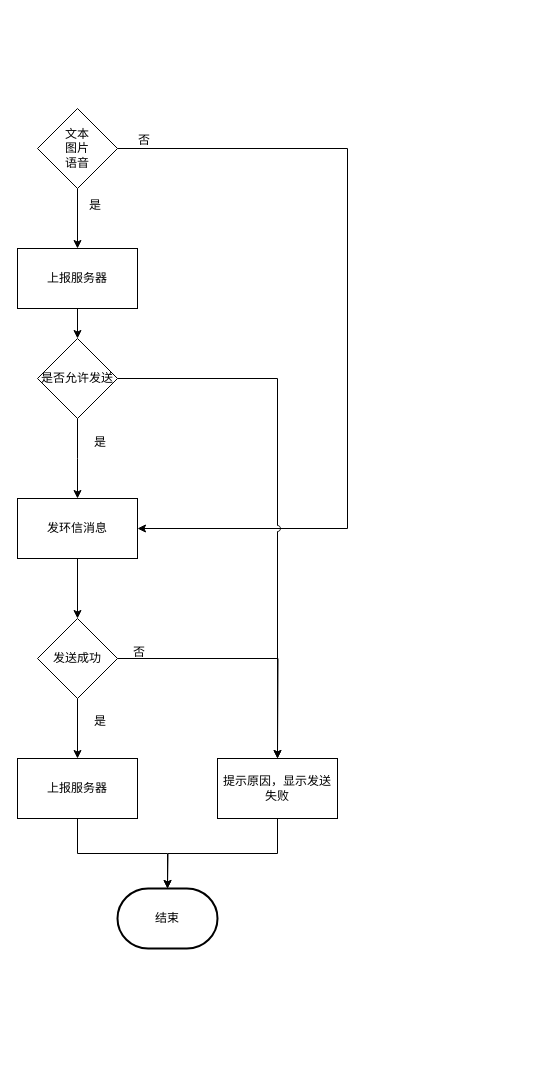
The draw.io diagram 私聊内容安全逻辑.drawio in ZengSir/drawio, before the edit. Source tidied: cells renumbered, new cells numbered last; positions are measured from the earlier drawing's top-left corner, leaving out a move shared by most shapes. Both pictures are drawn from the tidied source at 100%, with x=0, y=0 at pixel (17, 108).
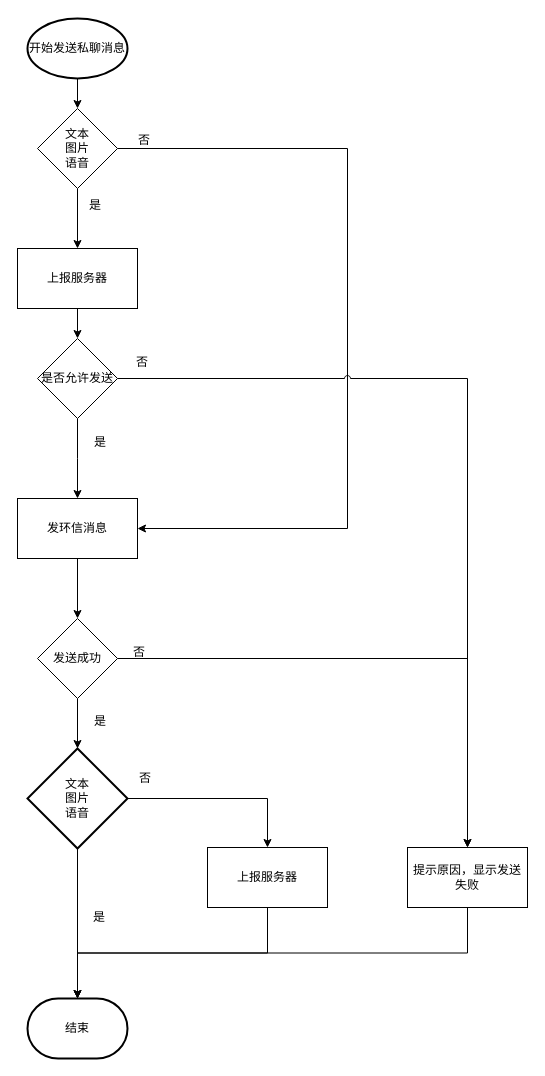
The same page after the edit.

Commit message:
更新私聊内容安全逻辑.drawio

The change refers to these unchanged cells:
```xml
<mxCell id="4" value="文本&lt;br&gt;图片&lt;br&gt;语音" style="rhombus;whiteSpace=wrap;html=1;" parent="1" vertex="1">
  <mxGeometry x="20" width="80" height="80" as="geometry" />
</mxCell>
<mxCell id="19" value="发送成功" style="rhombus;whiteSpace=wrap;html=1;" parent="1" vertex="1">
  <mxGeometry x="20" y="510" width="80" height="80" as="geometry" />
</mxCell>
```

The edit, as a diff of the source:
```diff
@@
-    <mxCell id="12" style="edgeStyle=orthogonalEdgeStyle;rounded=0;jettySize=auto;html=1;exitX=0.5;exitY=1;exitDx=0;exitDy=0;" parent="1" edge="1" source="13">
-      <mxGeometry relative="1" as="geometry">
-        <mxPoint x="150" y="780" as="targetPoint" />
-      </mxGeometry>
-    </mxCell>
+    <mxCell id="25" style="edgeStyle=orthogonalEdgeStyle;rounded=0;jumpStyle=arc;jettySize=auto;html=1;exitX=0.5;exitY=1;exitDx=0;exitDy=0;entryX=0.5;entryY=0;entryDx=0;entryDy=0;entryPerimeter=0;" parent="1" edge="1" source="13" target="24">
+      <mxGeometry relative="1" as="geometry" />
+    </mxCell>
     <mxCell id="13" value="提示原因，显示发送失败" style="rounded=0;whiteSpace=wrap;html=1;" parent="1" vertex="1">
-      <mxGeometry x="200" y="650" width="120" height="60" as="geometry" />
+      <mxGeometry x="390" y="739" width="120" height="60" as="geometry" />
     </mxCell>
@@
-    <mxCell id="17" style="edgeStyle=orthogonalEdgeStyle;rounded=0;jettySize=auto;html=1;exitX=0.5;exitY=1;exitDx=0;exitDy=0;entryX=0.5;entryY=0;entryDx=0;entryDy=0;" parent="1" edge="1" source="19" target="21">
-      <mxGeometry relative="1" as="geometry" />
-    </mxCell>
-    <mxCell id="18" style="edgeStyle=orthogonalEdgeStyle;rounded=0;jettySize=auto;html=1;exitX=1;exitY=0.5;exitDx=0;exitDy=0;" parent="1" edge="1" source="19">
-      <mxGeometry relative="1" as="geometry">
-        <mxPoint x="260" y="650" as="targetPoint" />
-      </mxGeometry>
+    <mxCell id="18" style="edgeStyle=orthogonalEdgeStyle;rounded=0;jettySize=auto;html=1;exitX=1;exitY=0.5;exitDx=0;exitDy=0;entryX=0.5;entryY=0;entryDx=0;entryDy=0;" parent="1" edge="1" source="19" target="13">
+      <mxGeometry relative="1" as="geometry" />
     </mxCell>
+    <mxCell id="26" style="edgeStyle=orthogonalEdgeStyle;rounded=0;jumpStyle=arc;jettySize=auto;html=1;exitX=0.5;exitY=1;exitDx=0;exitDy=0;entryX=0.5;entryY=0;entryDx=0;entryDy=0;entryPerimeter=0;" parent="1" edge="1" source="19" target="31">
+      <mxGeometry relative="1" as="geometry" />
+    </mxCell>
@@
-    <mxCell id="20" style="edgeStyle=orthogonalEdgeStyle;rounded=0;jettySize=auto;html=1;exitX=0.5;exitY=1;exitDx=0;exitDy=0;entryX=0.5;entryY=0;entryDx=0;entryDy=0;entryPerimeter=0;" parent="1" edge="1" source="21" target="24">
+    <mxCell id="20" style="edgeStyle=orthogonalEdgeStyle;rounded=0;jumpStyle=arc;jettySize=auto;html=1;exitX=0.5;exitY=1;exitDx=0;exitDy=0;entryX=0.5;entryY=0;entryDx=0;entryDy=0;entryPerimeter=0;" parent="1" edge="1" source="21" target="24">
       <mxGeometry relative="1" as="geometry" />
     </mxCell>
     <mxCell id="21" value="上报服务器" style="rounded=0;whiteSpace=wrap;html=1;" parent="1" vertex="1">
-      <mxGeometry y="650" width="120" height="60" as="geometry" />
+      <mxGeometry x="190" y="739" width="120" height="60" as="geometry" />
     </mxCell>
@@
     <mxCell id="24" value="结束" style="strokeWidth=2;html=1;shape=mxgraph.flowchart.terminator;whiteSpace=wrap;" parent="1" vertex="1">
-      <mxGeometry x="100" y="780" width="100" height="60" as="geometry" />
+      <mxGeometry x="10" y="890" width="100" height="60" as="geometry" />
     </mxCell>
+    <mxCell id="27" style="edgeStyle=orthogonalEdgeStyle;rounded=0;jumpStyle=arc;jettySize=auto;html=1;exitX=0.5;exitY=1;exitDx=0;exitDy=0;exitPerimeter=0;entryX=0.5;entryY=0;entryDx=0;entryDy=0;" parent="1" edge="1" source="28" target="4">
+      <mxGeometry relative="1" as="geometry" />
+    </mxCell>
+    <mxCell id="28" value="开始发送私聊消息" style="strokeWidth=2;html=1;shape=mxgraph.flowchart.start_1;whiteSpace=wrap;" parent="1" vertex="1">
+      <mxGeometry x="10" y="-90" width="100" height="60" as="geometry" />
+    </mxCell>
+    <mxCell id="29" style="edgeStyle=orthogonalEdgeStyle;rounded=0;jumpStyle=arc;jettySize=auto;html=1;exitX=0.5;exitY=1;exitDx=0;exitDy=0;exitPerimeter=0;entryX=0.5;entryY=0;entryDx=0;entryDy=0;entryPerimeter=0;" parent="1" edge="1" source="31" target="24">
+      <mxGeometry relative="1" as="geometry" />
+    </mxCell>
+    <mxCell id="30" style="edgeStyle=orthogonalEdgeStyle;rounded=0;jumpStyle=arc;jettySize=auto;html=1;exitX=1;exitY=0.5;exitDx=0;exitDy=0;exitPerimeter=0;entryX=0.5;entryY=0;entryDx=0;entryDy=0;" parent="1" edge="1" source="31" target="21">
+      <mxGeometry relative="1" as="geometry" />
+    </mxCell>
+    <mxCell id="31" value="文本&lt;br&gt;图片&lt;br&gt;语音" style="strokeWidth=2;html=1;shape=mxgraph.flowchart.decision;whiteSpace=wrap;" parent="1" vertex="1">
+      <mxGeometry x="10" y="640" width="100" height="100" as="geometry" />
+    </mxCell>
+    <mxCell id="32" value="是" style="text;html=1;align=left;verticalAlign=top;spacingTop=-4;" parent="1" vertex="1">
+      <mxGeometry x="74" y="799" width="30" height="20" as="geometry" />
+    </mxCell>
+    <mxCell id="33" value="否" style="text;html=1;align=left;verticalAlign=top;spacingTop=-4;" parent="1" vertex="1">
+      <mxGeometry x="120" y="660" width="30" height="20" as="geometry" />
+    </mxCell>
+    <mxCell id="34" value="否" style="text;html=1;align=left;verticalAlign=top;spacingTop=-4;" parent="1" vertex="1">
+      <mxGeometry x="117" y="244" width="30" height="20" as="geometry" />
+    </mxCell>
```
